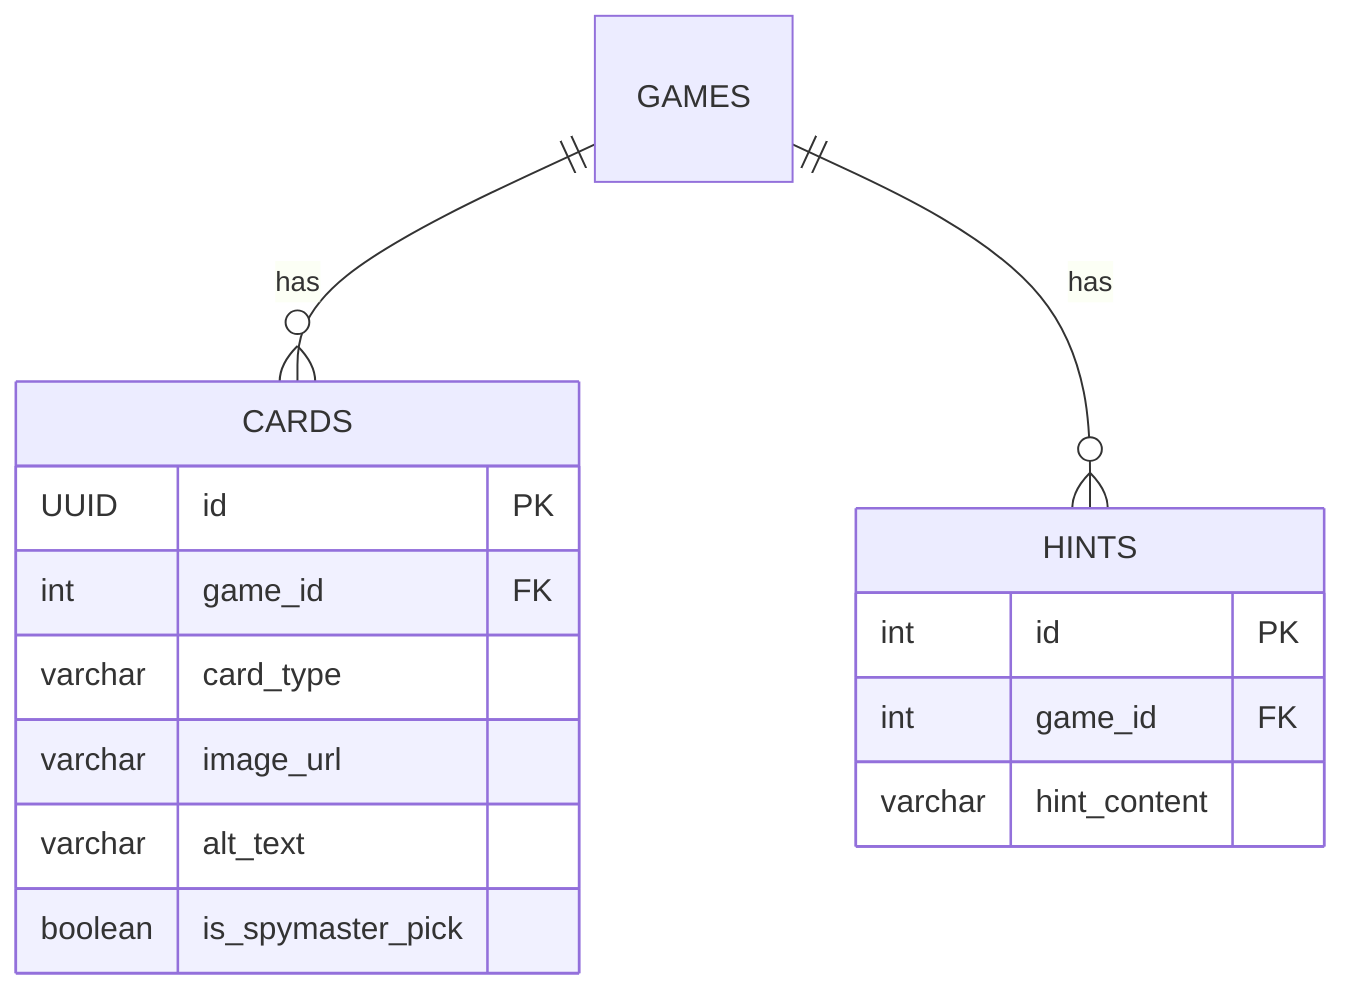
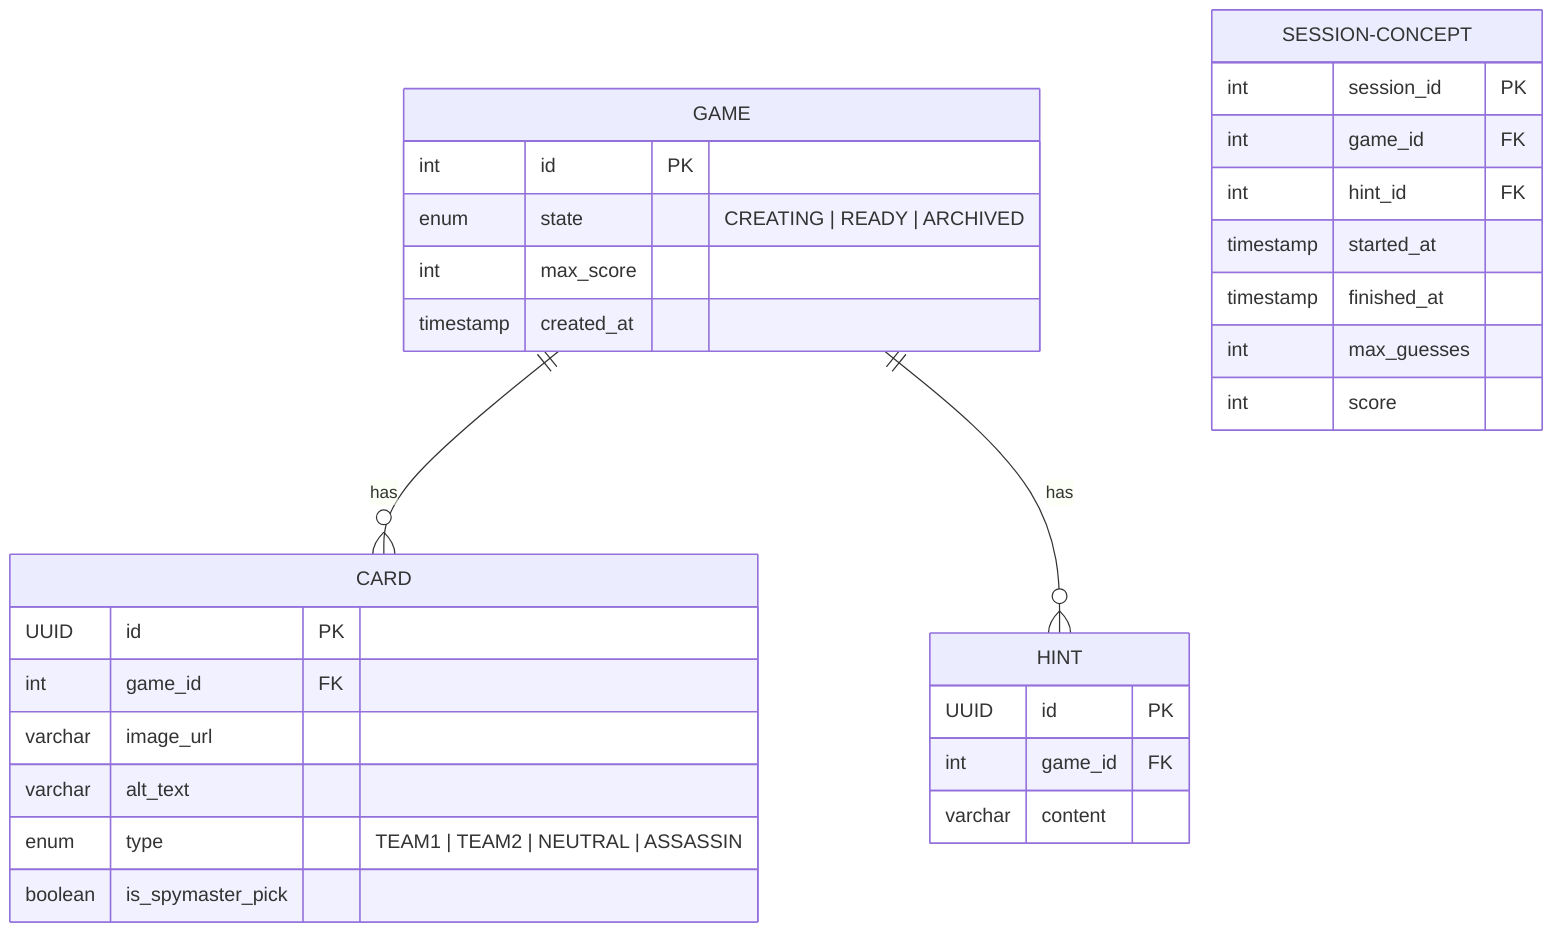
erDiagram
-   GAMES ||--o{ CARDS : has
-   GAMES ||--o{ HINTS : has
+   GAME ||--o{ CARD : has
+   GAME ||--o{ HINT : has

-   CARDS {
+   GAME {
+     int id PK
+     enum state "CREATING | READY | ARCHIVED"
+     int max_score
+     timestamp created_at
+   }
+ 
+   CARD {
    UUID id PK
    int game_id FK
-     varchar card_type
    varchar image_url
    varchar alt_text
+     enum type "TEAM1 | TEAM2 | NEUTRAL | ASSASSIN"
    boolean is_spymaster_pick
  }

-   HINTS {
-     int id PK
+   HINT {
+     UUID id PK
    int game_id FK
-     varchar hint_content
-   }+     varchar content
+   }
+ 
+   SESSION-CONCEPT {
+     int session_id PK
+     int game_id FK
+     int hint_id FK
+     timestamp started_at
+     timestamp finished_at
+     int max_guesses
+     int score
+   }
